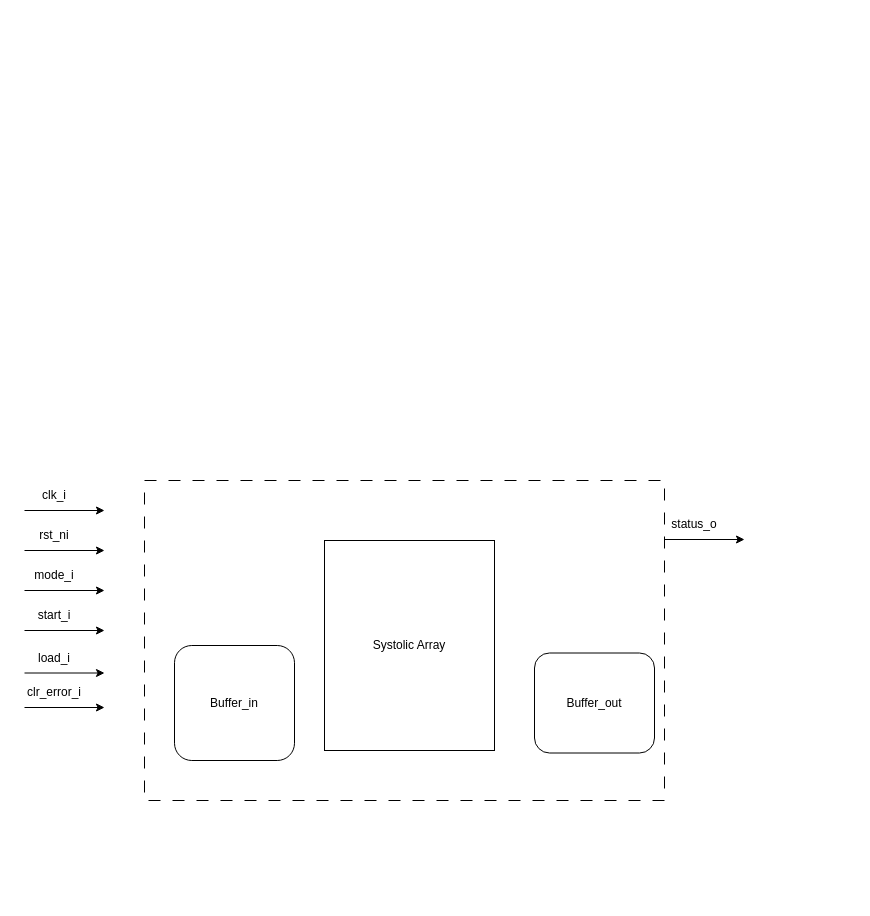
This is 04.RTL/accel/arq_accel.drawio from Leandro-Gama/riscv-dma-matrix-coprocessor, a draw.io file, before an edit. Source tidied: cells renumbered, new cells numbered last; positions are measured from the earlier drawing's top-left corner, leaving out a move shared by most shapes. Both pictures are drawn from the tidied source at 100%, with x=0, y=0 at pixel (24, 480).
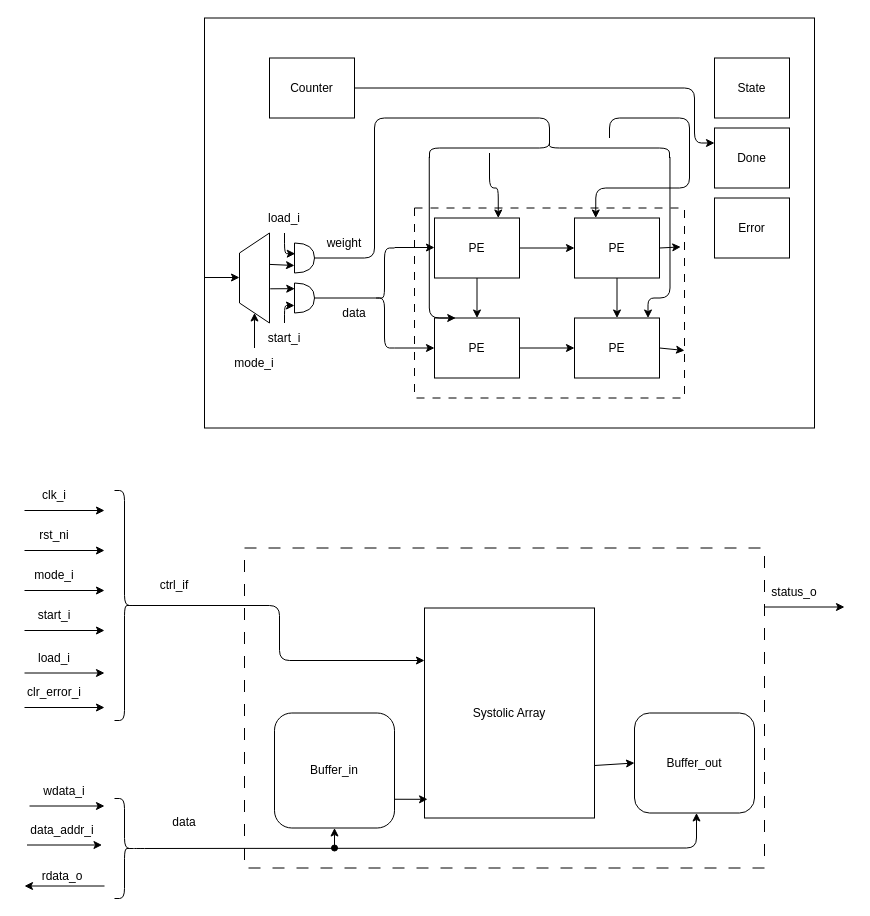
After the change.

Diff of the diagram source:
```diff
@@
+    <mxCell id="20" style="whiteSpace=wrap;html=1;" parent="1" vertex="1">
+      <mxGeometry x="180" y="-462.5" width="610" height="410" as="geometry" />
+    </mxCell>
+    <mxCell id="21" style="whiteSpace=wrap;html=1;dashed=1;dashPattern=8 8;" parent="1" vertex="1">
+      <mxGeometry x="390" y="-272.5" width="270" height="190" as="geometry" />
+    </mxCell>
     <mxCell id="2" style="whiteSpace=wrap;html=1;dashed=1;dashPattern=12 12;" parent="1" vertex="1">
-      <mxGeometry x="120" width="520" height="320" as="geometry" />
+      <mxGeometry x="220" y="67.5" width="520" height="320" as="geometry" />
     </mxCell>
     <mxCell id="3" value="Buffer_in" style="rounded=1;whiteSpace=wrap;html=1;" parent="1" vertex="1">
-      <mxGeometry x="150" y="165" width="120" height="115" as="geometry" />
+      <mxGeometry x="250" y="232.5" width="120" height="115" as="geometry" />
     </mxCell>
     <mxCell id="4" value="Buffer_out" style="rounded=1;whiteSpace=wrap;html=1;" parent="1" vertex="1">
-      <mxGeometry x="510" y="172.5" width="120" height="100" as="geometry" />
+      <mxGeometry x="610" y="232.5" width="120" height="100" as="geometry" />
     </mxCell>
+    <mxCell id="22" style="edgeStyle=none;html=1;exitX=1;exitY=0.75;exitDx=0;exitDy=0;entryX=0;entryY=0.5;entryDx=0;entryDy=0;" parent="1" edge="1" source="5" target="4">
+      <mxGeometry relative="1" as="geometry" />
+    </mxCell>
     <mxCell id="5" value="Systolic Array" style="whiteSpace=wrap;html=1;" parent="1" vertex="1">
-      <mxGeometry x="300" y="60" width="170" height="210" as="geometry" />
+      <mxGeometry x="400" y="127.5" width="170" height="210" as="geometry" />
     </mxCell>
@@
     <mxCell id="18" style="edgeStyle=none;orthogonalLoop=1;jettySize=auto;html=1;" parent="1" edge="1">
       <mxGeometry relative="1" as="geometry">
-        <mxPoint x="640" y="59" as="sourcePoint" />
-        <mxPoint x="720" y="59" as="targetPoint" />
+        <mxPoint x="740" y="126.5" as="sourcePoint" />
+        <mxPoint x="820" y="126.5" as="targetPoint" />
       </mxGeometry>
     </mxCell>
     <mxCell id="19" value="status_o" style="text;html=1;whiteSpace=wrap;strokeColor=none;fillColor=none;align=center;verticalAlign=middle;rounded=0;" parent="1" vertex="1">
-      <mxGeometry x="640" y="29" width="60" height="30" as="geometry" />
+      <mxGeometry x="740" y="96.5" width="60" height="30" as="geometry" />
     </mxCell>
+    <mxCell id="23" style="shape=curlyBracket;whiteSpace=wrap;html=1;rounded=1;flipH=1;labelPosition=right;verticalLabelPosition=middle;align=left;verticalAlign=middle;labelPerimeter=1;legacyAnchorPoints=0;" parent="1" vertex="1">
+      <mxGeometry x="90" y="10" width="20" height="230" as="geometry" />
+    </mxCell>
+    <mxCell id="24" style="edgeStyle=orthogonalEdgeStyle;html=1;exitX=0.1;exitY=0.5;exitDx=0;exitDy=0;exitPerimeter=0;entryX=0;entryY=0.25;entryDx=0;entryDy=0;" parent="1" edge="1" source="23" target="5">
+      <mxGeometry x="0.01" relative="1" as="geometry" />
+    </mxCell>
+    <mxCell id="25" style="endArrow=classic;html=1;" parent="1" edge="1">
+      <mxGeometry relative="1" as="geometry">
+        <mxPoint x="5" y="325.5" as="sourcePoint" />
+        <mxPoint x="80" y="325.5" as="targetPoint" />
+      </mxGeometry>
+    </mxCell>
+    <mxCell id="26" value="ctrl_if" style="text;html=1;whiteSpace=wrap;strokeColor=none;fillColor=none;align=center;verticalAlign=middle;rounded=0;" parent="1" vertex="1">
+      <mxGeometry x="120" y="90" width="60" height="30" as="geometry" />
+    </mxCell>
+    <mxCell id="27" value="wdata_i" style="text;html=1;whiteSpace=wrap;strokeColor=none;fillColor=none;align=center;verticalAlign=middle;rounded=0;" parent="1" vertex="1">
+      <mxGeometry x="10" y="295.5" width="60" height="30" as="geometry" />
+    </mxCell>
+    <mxCell id="28" style="endArrow=classic;html=1;" parent="1" edge="1">
+      <mxGeometry relative="1" as="geometry">
+        <mxPoint x="2.5" y="364.5" as="sourcePoint" />
+        <mxPoint x="77.5" y="364.5" as="targetPoint" />
+      </mxGeometry>
+    </mxCell>
+    <mxCell id="29" value="data_addr_i" style="text;html=1;whiteSpace=wrap;strokeColor=none;fillColor=none;align=center;verticalAlign=middle;rounded=0;" parent="1" vertex="1">
+      <mxGeometry x="7.5" y="334.5" width="60" height="30" as="geometry" />
+    </mxCell>
+    <mxCell id="30" style="edgeStyle=none;orthogonalLoop=1;jettySize=auto;html=1;" parent="1" edge="1">
+      <mxGeometry relative="1" as="geometry">
+        <mxPoint x="80" y="405.5" as="sourcePoint" />
+        <mxPoint y="405.5" as="targetPoint" />
+      </mxGeometry>
+    </mxCell>
+    <mxCell id="31" value="rdata_o" style="text;html=1;whiteSpace=wrap;strokeColor=none;fillColor=none;align=center;verticalAlign=middle;rounded=0;" parent="1" vertex="1">
+      <mxGeometry x="7.5" y="380.5" width="60" height="30" as="geometry" />
+    </mxCell>
+    <mxCell id="32" style="edgeStyle=orthogonalEdgeStyle;html=1;exitX=0.1;exitY=0.5;exitDx=0;exitDy=0;exitPerimeter=0;entryX=0.5;entryY=1;entryDx=0;entryDy=0;" parent="1" edge="1" source="33">
+      <mxGeometry relative="1" as="geometry">
+        <mxPoint x="672" y="332.5" as="targetPoint" />
+        <Array as="points">
+          <mxPoint x="110" y="368" />
+          <mxPoint x="672" y="367.5" />
+        </Array>
+      </mxGeometry>
+    </mxCell>
+    <mxCell id="33" style="shape=curlyBracket;whiteSpace=wrap;html=1;rounded=1;flipH=1;labelPosition=right;verticalLabelPosition=middle;align=left;verticalAlign=middle;labelPerimeter=1;legacyAnchorPoints=0;" parent="1" vertex="1">
+      <mxGeometry x="90" y="318" width="20" height="100" as="geometry" />
+    </mxCell>
+    <mxCell id="34" value="data" style="text;html=1;whiteSpace=wrap;strokeColor=none;fillColor=none;align=center;verticalAlign=middle;rounded=0;" parent="1" vertex="1">
+      <mxGeometry x="130" y="326.5" width="60" height="30" as="geometry" />
+    </mxCell>
+    <mxCell id="35" style="edgeStyle=none;html=1;exitX=1;exitY=0.75;exitDx=0;exitDy=0;entryX=0.018;entryY=0.911;entryDx=0;entryDy=0;entryPerimeter=0;" parent="1" edge="1" source="3" target="5">
+      <mxGeometry relative="1" as="geometry" />
+    </mxCell>
+    <mxCell id="36" style="edgeStyle=none;html=1;exitX=0.5;exitY=1;exitDx=0;exitDy=0;" parent="1" edge="1" source="38" target="40">
+      <mxGeometry relative="1" as="geometry" />
+    </mxCell>
+    <mxCell id="37" style="edgeStyle=none;html=1;exitX=1;exitY=0.5;exitDx=0;exitDy=0;entryX=0;entryY=0.5;entryDx=0;entryDy=0;" parent="1" edge="1" source="38" target="43">
+      <mxGeometry relative="1" as="geometry" />
+    </mxCell>
+    <mxCell id="38" value="PE" style="whiteSpace=wrap;html=1;" parent="1" vertex="1">
+      <mxGeometry x="410" y="-262.5" width="85" height="60" as="geometry" />
+    </mxCell>
+    <mxCell id="39" style="edgeStyle=none;html=1;exitX=1;exitY=0.5;exitDx=0;exitDy=0;entryX=0;entryY=0.5;entryDx=0;entryDy=0;" parent="1" edge="1" source="40" target="41">
+      <mxGeometry relative="1" as="geometry" />
+    </mxCell>
+    <mxCell id="40" value="PE" style="whiteSpace=wrap;html=1;" parent="1" vertex="1">
+      <mxGeometry x="410" y="-162.5" width="85" height="60" as="geometry" />
+    </mxCell>
+    <mxCell id="41" value="PE" style="whiteSpace=wrap;html=1;" parent="1" vertex="1">
+      <mxGeometry x="550" y="-162.5" width="85" height="60" as="geometry" />
+    </mxCell>
+    <mxCell id="42" style="edgeStyle=none;html=1;exitX=0.5;exitY=1;exitDx=0;exitDy=0;entryX=0.5;entryY=0;entryDx=0;entryDy=0;" parent="1" edge="1" source="43" target="41">
+      <mxGeometry relative="1" as="geometry" />
+    </mxCell>
+    <mxCell id="43" value="PE" style="whiteSpace=wrap;html=1;" parent="1" vertex="1">
+      <mxGeometry x="550" y="-262.5" width="85" height="60" as="geometry" />
+    </mxCell>
+    <mxCell id="44" style="edgeStyle=none;html=1;exitX=1;exitY=0.5;exitDx=0;exitDy=0;entryX=1;entryY=0.75;entryDx=0;entryDy=0;" parent="1" edge="1" source="41" target="21">
+      <mxGeometry relative="1" as="geometry" />
+    </mxCell>
+    <mxCell id="45" style="edgeStyle=none;html=1;exitX=1;exitY=0.5;exitDx=0;exitDy=0;entryX=0.986;entryY=0.205;entryDx=0;entryDy=0;entryPerimeter=0;" parent="1" edge="1" source="43" target="21">
+      <mxGeometry relative="1" as="geometry" />
+    </mxCell>
+    <mxCell id="46" style="edgeStyle=none;orthogonalLoop=1;jettySize=auto;html=1;" parent="1" edge="1">
+      <mxGeometry relative="1" as="geometry">
+        <mxPoint x="370" y="-233" as="sourcePoint" />
+        <mxPoint x="410" y="-233" as="targetPoint" />
+      </mxGeometry>
+    </mxCell>
+    <mxCell id="47" style="edgeStyle=none;orthogonalLoop=1;jettySize=auto;html=1;" parent="1" edge="1">
+      <mxGeometry relative="1" as="geometry">
+        <mxPoint x="370" y="-132.5" as="sourcePoint" />
+        <mxPoint x="410" y="-132.5" as="targetPoint" />
+      </mxGeometry>
+    </mxCell>
+    <mxCell id="48" style="edgeStyle=none;jettySize=auto;html=1;entryX=0.5;entryY=1;entryDx=0;entryDy=0;startArrow=oval;startFill=1;" parent="1" edge="1" target="3">
+      <mxGeometry relative="1" as="geometry">
+        <mxPoint x="310" y="367.5" as="sourcePoint" />
+      </mxGeometry>
+    </mxCell>
+    <mxCell id="49" style="shape=trapezoid;perimeter=trapezoidPerimeter;whiteSpace=wrap;html=1;shapeInside=1;fixedSize=1;rotation=-90;" parent="1" vertex="1">
+      <mxGeometry x="185" y="-217.5" width="90" height="30" as="geometry" />
+    </mxCell>
+    <mxCell id="50" style="edgeStyle=none;jettySize=auto;html=1;entryX=0;entryY=0.5;entryDx=0;entryDy=0;" parent="1" edge="1" source="51" target="49">
+      <mxGeometry relative="1" as="geometry" />
+    </mxCell>
+    <mxCell id="51" value="mode_i" style="text;html=1;whiteSpace=wrap;strokeColor=none;fillColor=none;align=center;verticalAlign=middle;rounded=0;" parent="1" vertex="1">
+      <mxGeometry x="200" y="-132.5" width="60" height="30" as="geometry" />
+    </mxCell>
+    <mxCell id="52" style="shape=or;whiteSpace=wrap;html=1;shapeInside=1;" parent="1" vertex="1">
+      <mxGeometry x="270" y="-197.5" width="20" height="30" as="geometry" />
+    </mxCell>
+    <mxCell id="53" style="shape=or;whiteSpace=wrap;html=1;shapeInside=1;" parent="1" vertex="1">
+      <mxGeometry x="270" y="-237.5" width="20" height="30" as="geometry" />
+    </mxCell>
+    <mxCell id="54" style="edgeStyle=none;html=1;exitX=0.38;exitY=1.024;exitDx=0;exitDy=0;entryX=0.014;entryY=0.189;entryDx=0;entryDy=0;entryPerimeter=0;exitPerimeter=0;" parent="1" edge="1" source="49" target="52">
+      <mxGeometry relative="1" as="geometry" />
+    </mxCell>
+    <mxCell id="55" style="edgeStyle=none;html=1;exitX=0.651;exitY=1.011;exitDx=0;exitDy=0;entryX=0;entryY=0.75;entryDx=0;entryDy=0;entryPerimeter=0;exitPerimeter=0;" parent="1" edge="1" source="49" target="53">
+      <mxGeometry relative="1" as="geometry" />
+    </mxCell>
+    <mxCell id="56" value="load_i" style="text;html=1;whiteSpace=wrap;strokeColor=none;fillColor=none;align=center;verticalAlign=middle;rounded=0;" parent="1" vertex="1">
+      <mxGeometry x="245" y="-277.5" width="30" height="30" as="geometry" />
+    </mxCell>
+    <mxCell id="57" value="start_i" style="text;html=1;whiteSpace=wrap;strokeColor=none;fillColor=none;align=center;verticalAlign=middle;rounded=0;" parent="1" vertex="1">
+      <mxGeometry x="245" y="-157.5" width="30" height="30" as="geometry" />
+    </mxCell>
+    <mxCell id="58" style="edgeStyle=orthogonalEdgeStyle;html=1;exitX=0.5;exitY=0;exitDx=0;exitDy=0;entryX=0;entryY=0.75;entryDx=0;entryDy=0;entryPerimeter=0;" parent="1" edge="1" source="57" target="52">
+      <mxGeometry relative="1" as="geometry" />
+    </mxCell>
+    <mxCell id="59" style="edgeStyle=orthogonalEdgeStyle;html=1;exitX=0.5;exitY=1;exitDx=0;exitDy=0;entryX=0.038;entryY=0.356;entryDx=0;entryDy=0;entryPerimeter=0;" parent="1" edge="1" source="56" target="53">
+      <mxGeometry relative="1" as="geometry" />
+    </mxCell>
+    <mxCell id="60" style="shape=curlyBracket;whiteSpace=wrap;html=1;rounded=1;flipH=1;labelPosition=right;verticalLabelPosition=middle;align=left;verticalAlign=middle;labelPerimeter=1;legacyAnchorPoints=0;rotation=-180;size=0.5;" parent="1" vertex="1">
+      <mxGeometry x="350" y="-232.5" width="20" height="100" as="geometry" />
+    </mxCell>
+    <mxCell id="61" style="edgeStyle=orthogonalEdgeStyle;html=1;exitX=1;exitY=0.5;exitDx=0;exitDy=0;exitPerimeter=0;entryX=0.1;entryY=0.5;entryDx=0;entryDy=0;entryPerimeter=0;endArrow=none;endFill=0;" parent="1" edge="1" source="52" target="60">
+      <mxGeometry relative="1" as="geometry" />
+    </mxCell>
+    <mxCell id="62" style="edgeStyle=orthogonalEdgeStyle;html=1;exitX=0.75;exitY=0.25;exitDx=0;exitDy=0;exitPerimeter=0;entryX=0.75;entryY=0;entryDx=0;entryDy=0;" parent="1" edge="1" source="63" target="38">
+      <mxGeometry relative="1" as="geometry" />
+    </mxCell>
+    <mxCell id="63" style="shape=curlyBracket;whiteSpace=wrap;html=1;rounded=1;flipH=1;labelPosition=right;verticalLabelPosition=middle;align=left;verticalAlign=middle;labelPerimeter=1;legacyAnchorPoints=0;rotation=-90;size=0.5;" parent="1" vertex="1">
+      <mxGeometry x="515" y="-452.5" width="20" height="240" as="geometry" />
+    </mxCell>
+    <mxCell id="64" style="edgeStyle=orthogonalEdgeStyle;jettySize=auto;html=1;exitX=0.944;exitY=-0.001;exitDx=0;exitDy=0;exitPerimeter=0;entryX=0.25;entryY=0;entryDx=0;entryDy=0;" parent="1" edge="1" source="63" target="40">
+      <mxGeometry x="0.2" relative="1" as="geometry">
+        <Array as="points">
+          <mxPoint x="405" y="-323.6" />
+          <mxPoint x="405" y="-162.5" />
+        </Array>
+      </mxGeometry>
+    </mxCell>
+    <mxCell id="65" style="edgeStyle=orthogonalEdgeStyle;jettySize=auto;html=1;entryX=0.25;entryY=0;entryDx=0;entryDy=0;exitX=1;exitY=0.75;exitDx=0;exitDy=0;" parent="1" edge="1" source="63" target="43">
+      <mxGeometry relative="1" as="geometry" />
+    </mxCell>
+    <mxCell id="66" style="edgeStyle=orthogonalEdgeStyle;html=1;exitX=0.948;exitY=1.002;exitDx=0;exitDy=0;entryX=0.865;entryY=0;entryDx=0;entryDy=0;entryPerimeter=0;exitPerimeter=0;" parent="1" edge="1" source="63" target="41">
+      <mxGeometry x="-0.15" relative="1" as="geometry">
+        <Array as="points">
+          <mxPoint x="645.5" y="-182.5" />
+          <mxPoint x="623.5" y="-182.5" />
+        </Array>
+      </mxGeometry>
+    </mxCell>
+    <mxCell id="67" style="edgeStyle=orthogonalEdgeStyle;html=1;exitX=1;exitY=0.5;exitDx=0;exitDy=0;exitPerimeter=0;entryX=0.1;entryY=0.5;entryDx=0;entryDy=0;entryPerimeter=0;endArrow=none;endFill=0;" parent="1" edge="1" source="53" target="63">
+      <mxGeometry x="0.11" relative="1" as="geometry">
+        <Array as="points">
+          <mxPoint x="350" y="-222.5" />
+          <mxPoint x="350" y="-362.5" />
+          <mxPoint x="525" y="-362.5" />
+        </Array>
+      </mxGeometry>
+    </mxCell>
+    <mxCell id="68" value="data" style="text;html=1;whiteSpace=wrap;strokeColor=none;fillColor=none;align=center;verticalAlign=middle;rounded=0;" parent="1" vertex="1">
+      <mxGeometry x="300" y="-182.5" width="60" height="30" as="geometry" />
+    </mxCell>
+    <mxCell id="69" value="weight" style="text;html=1;whiteSpace=wrap;strokeColor=none;fillColor=none;align=center;verticalAlign=middle;rounded=0;" parent="1" vertex="1">
+      <mxGeometry x="290" y="-252.5" width="60" height="30" as="geometry" />
+    </mxCell>
+    <mxCell id="70" style="edgeStyle=none;jettySize=auto;html=1;exitX=0;exitY=0.633;exitDx=0;exitDy=0;exitPerimeter=0;" parent="1" edge="1" source="20">
+      <mxGeometry relative="1" as="geometry">
+        <mxPoint x="215" y="-203" as="targetPoint" />
+      </mxGeometry>
+    </mxCell>
+    <mxCell id="71" value="State" style="rounded=0;whiteSpace=wrap;html=1;" parent="1" vertex="1">
+      <mxGeometry x="690" y="-422.5" width="75" height="60" as="geometry" />
+    </mxCell>
+    <mxCell id="72" value="Done" style="rounded=0;whiteSpace=wrap;html=1;" parent="1" vertex="1">
+      <mxGeometry x="690" y="-352.5" width="75" height="60" as="geometry" />
+    </mxCell>
+    <mxCell id="73" value="Error" style="rounded=0;whiteSpace=wrap;html=1;" parent="1" vertex="1">
+      <mxGeometry x="690" y="-282.5" width="75" height="60" as="geometry" />
+    </mxCell>
+    <mxCell id="74" style="edgeStyle=orthogonalEdgeStyle;html=1;exitX=1;exitY=0.5;exitDx=0;exitDy=0;entryX=0;entryY=0.25;entryDx=0;entryDy=0;" parent="1" edge="1" source="75" target="72">
+      <mxGeometry x="-0.05" relative="1" as="geometry">
+        <Array as="points">
+          <mxPoint x="670" y="-392.5" />
+          <mxPoint x="670" y="-337.5" />
+        </Array>
+      </mxGeometry>
+    </mxCell>
+    <mxCell id="75" value="Counter" style="whiteSpace=wrap;html=1;" parent="1" vertex="1">
+      <mxGeometry x="245" y="-422.5" width="85" height="60" as="geometry" />
+    </mxCell>
```
